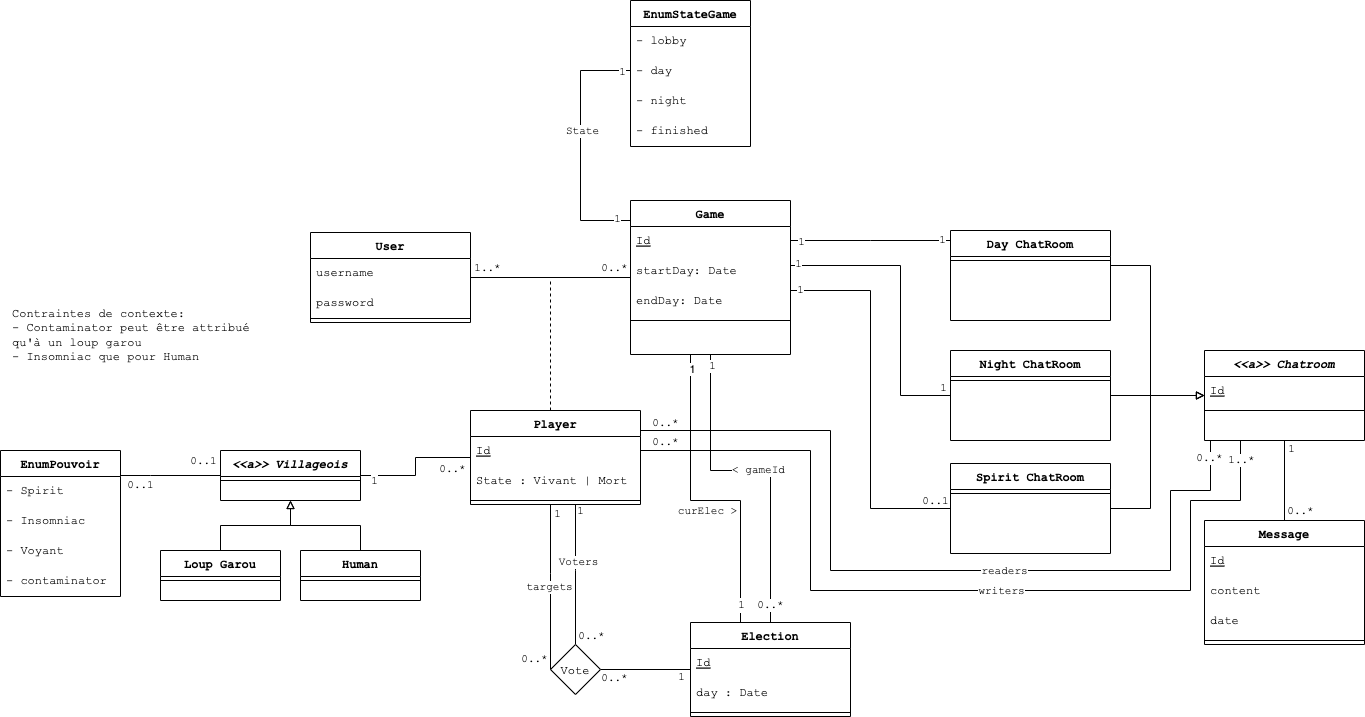
Earlier version of the draw.io export docs/diagrams/class_diagram.drawio.png (julienbrs/Werewolves-Game-App). Source tidied: cells renumbered, new cells last; positions are measured from the earlier drawing's top-left corner, leaving out a move shared by most shapes.
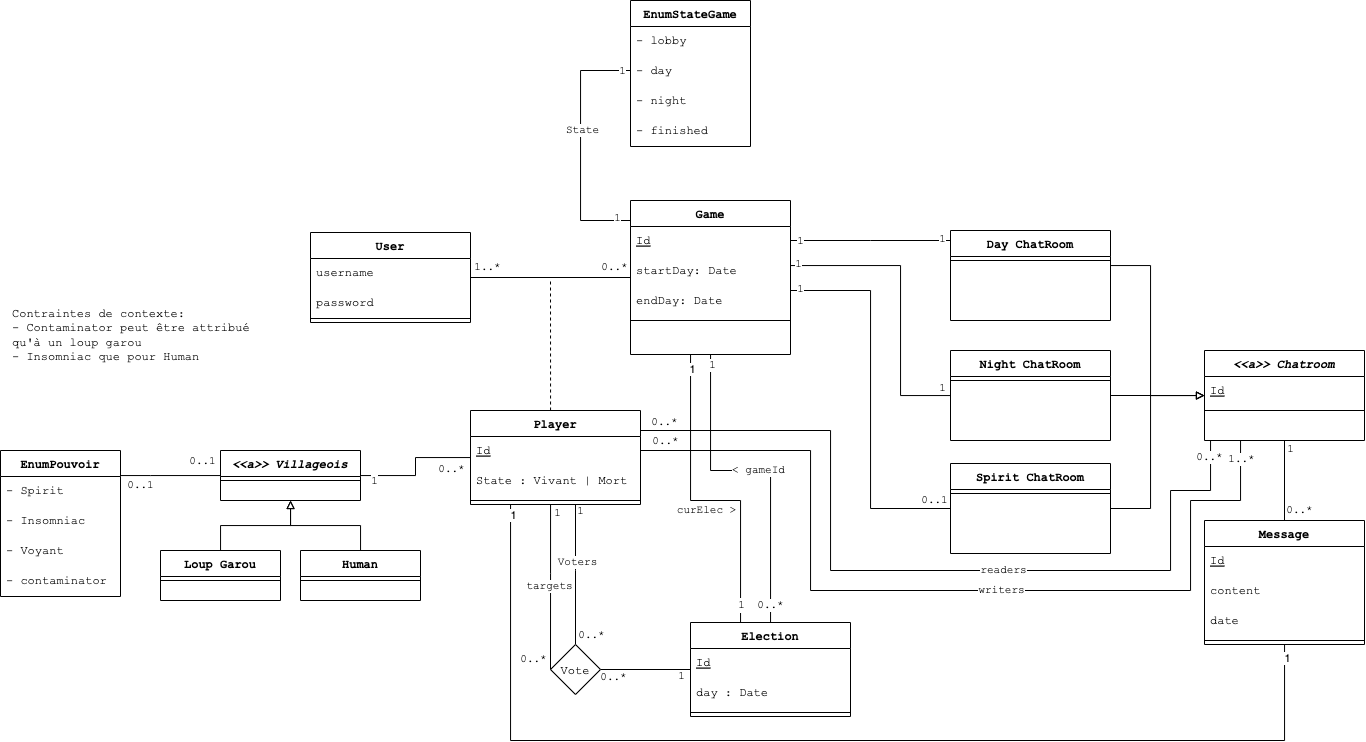
Above is the later version.

The edit, as a diff of the source:
```diff
@@ -313,6 +313,20 @@
         <mxPoint x="7" y="4" as="offset" />
       </mxGeometry>
     </mxCell>
+    <mxCell id="109" style="edgeStyle=orthogonalEdgeStyle;html=1;rounded=0;endArrow=none;endFill=0;" parent="1" edge="1" source="72" target="25">
+      <mxGeometry relative="1" as="geometry">
+        <Array as="points">
+          <mxPoint x="1284" y="740" />
+          <mxPoint x="510" y="740" />
+        </Array>
+      </mxGeometry>
+    </mxCell>
+    <mxCell id="110" value="1" style="edgeLabel;html=1;align=center;verticalAlign=middle;" parent="109" vertex="1">
+      <mxGeometry x="-0.98" y="2" relative="1" as="geometry" />
+    </mxCell>
+    <mxCell id="111" value="1" style="edgeLabel;html=1;align=center;verticalAlign=middle;" parent="109" vertex="1">
+      <mxGeometry x="0.98" y="-2" relative="1" as="geometry" />
+    </mxCell>
     <mxCell id="72" value="Message" style="swimlane;fontStyle=1;align=center;verticalAlign=top;horizontal=1;startSize=26;rounded=0;shadow=0;strokeWidth=1;fontFamily=Courier New;" parent="1" vertex="1">
       <mxGeometry x="1204" y="520" width="160" height="124" as="geometry" />
     </mxCell>
```
